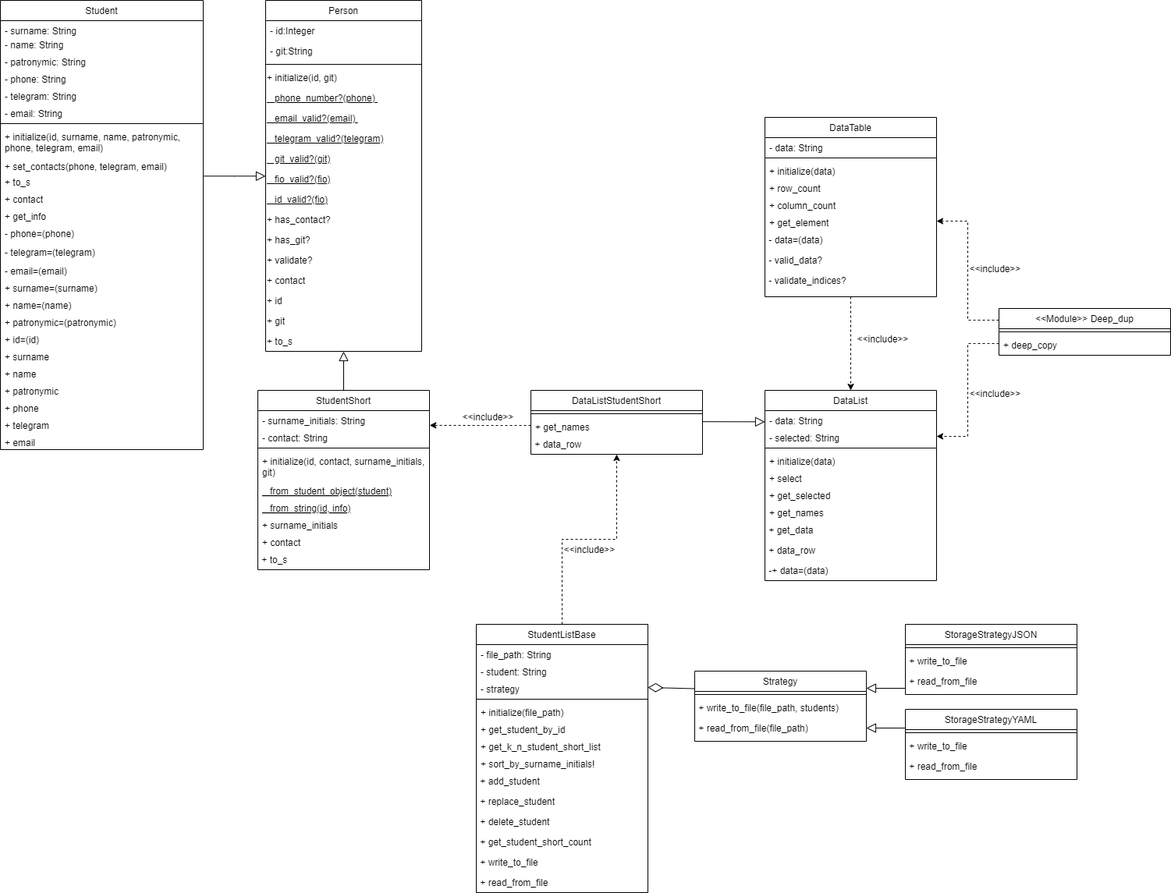
Earlier version of the draw.io export student/resources/diagram/class_diagram.drawio.png (MoiBeTeroK/design_patterns). Source tidied: cells renumbered, new cells last; positions are measured from the earlier drawing's top-left corner, leaving out a move shared by most shapes.
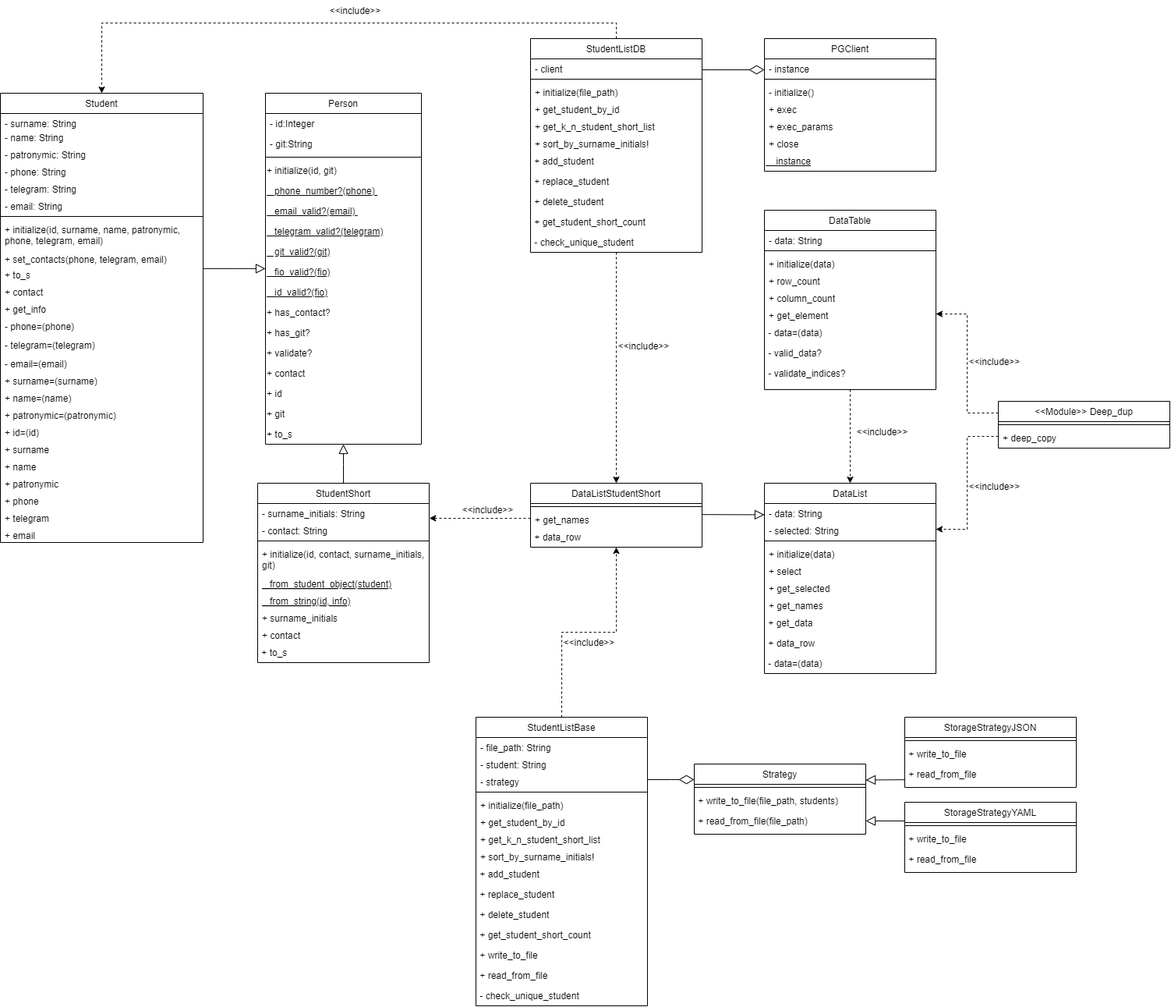
The same diagram one commit later.

Commit message:
feat(lab4 task3.12): change class diagram

Diff of the diagram source:
```diff
@@ -218,7 +218,7 @@
     <mxCell id="73" value=" + data_row" style="text;whiteSpace=wrap;" parent="64" vertex="1">
       <mxGeometry y="192" width="220" height="26" as="geometry" />
     </mxCell>
-    <mxCell id="74" value=" -+ data=(data)" style="text;whiteSpace=wrap;" parent="64" vertex="1">
+    <mxCell id="74" value=" - data=(data)" style="text;whiteSpace=wrap;" parent="64" vertex="1">
       <mxGeometry y="218" width="220" height="26" as="geometry" />
     </mxCell>
     <mxCell id="75" style="endArrow=block;endSize=10;endFill=0;shadow=0;strokeWidth=1;rounded=0;curved=0;edgeStyle=elbowEdgeStyle;elbow=vertical;" parent="1" edge="1">
@@ -285,7 +285,7 @@
       <mxGeometry x="1230" y="490" width="90" height="30" as="geometry" />
     </mxCell>
     <mxCell id="95" value="StudentListBase" style="swimlane;fontStyle=0;align=center;verticalAlign=top;horizontal=1;startSize=26;rounded=0;shadow=0;strokeWidth=1;" parent="1" vertex="1">
-      <mxGeometry x="610" y="800" width="220" height="344" as="geometry" />
+      <mxGeometry x="610" y="800" width="220" height="370" as="geometry" />
     </mxCell>
     <mxCell id="96" value="- file_path: String" style="text;align=left;verticalAlign=top;spacingLeft=4;spacingRight=4;overflow=hidden;" parent="95" vertex="1">
       <mxGeometry y="26" width="220" height="22" as="geometry" />
@@ -329,6 +329,9 @@
     <mxCell id="109" value=" + read_from_file" style="text;whiteSpace=wrap;" parent="95" vertex="1">
       <mxGeometry y="318" width="220" height="26" as="geometry" />
     </mxCell>
+    <mxCell id="127" value=" - check_unique_student" style="text;whiteSpace=wrap;" parent="95" vertex="1">
+      <mxGeometry y="344" width="220" height="26" as="geometry" />
+    </mxCell>
     <mxCell id="110" value="StorageStrategyJSON" style="swimlane;fontStyle=0;align=center;verticalAlign=top;horizontal=1;startSize=26;rounded=0;shadow=0;strokeWidth=1;" parent="1" vertex="1">
       <mxGeometry x="1160" y="800" width="220" height="90" as="geometry" />
     </mxCell>
@@ -384,12 +387,94 @@
     <mxCell id="125" value=" + read_from_file(file_path)" style="text;whiteSpace=wrap;" parent="122" vertex="1">
       <mxGeometry y="60" width="220" height="26" as="geometry" />
     </mxCell>
-    <mxCell id="126" style="endArrow=diamondThin;endSize=17;endFill=0;shadow=0;strokeWidth=1;rounded=0;curved=0;edgeStyle=elbowEdgeStyle;elbow=vertical;entryX=1;entryY=0.5;entryDx=0;entryDy=0;exitX=0;exitY=0.25;exitDx=0;exitDy=0;startSize=6;targetPerimeterSpacing=0;sourcePerimeterSpacing=0;jumpSize=6;" parent="1" edge="1" source="122" target="98">
+    <mxCell id="126" style="endArrow=diamondThin;endSize=17;endFill=0;shadow=0;strokeWidth=1;rounded=0;curved=0;edgeStyle=elbowEdgeStyle;elbow=vertical;startSize=6;targetPerimeterSpacing=0;sourcePerimeterSpacing=0;jumpSize=6;" parent="1" edge="1">
       <mxGeometry relative="1" as="geometry">
+        <mxPoint x="830" y="880" as="sourcePoint" />
+        <mxPoint x="890" y="880" as="targetPoint" />
         <Array as="points">
-          <mxPoint x="860" y="881" />
+          <mxPoint x="860" y="880" />
         </Array>
       </mxGeometry>
     </mxCell>
+    <mxCell id="128" value="PGClient" style="swimlane;fontStyle=0;align=center;verticalAlign=top;horizontal=1;startSize=26;rounded=0;shadow=0;strokeWidth=1;" parent="1" vertex="1">
+      <mxGeometry x="980" y="-70" width="220" height="170" as="geometry" />
+    </mxCell>
+    <mxCell id="129" value="- instance" style="text;align=left;verticalAlign=top;spacingLeft=4;spacingRight=4;overflow=hidden;" parent="128" vertex="1">
+      <mxGeometry y="26" width="220" height="22" as="geometry" />
+    </mxCell>
+    <mxCell id="130" style="line;html=1;strokeWidth=1;align=left;verticalAlign=middle;spacingTop=-1;spacingLeft=3;spacingRight=3;labelPosition=right;" parent="128" vertex="1">
+      <mxGeometry y="48" width="220" height="8" as="geometry" />
+    </mxCell>
+    <mxCell id="131" value="- initialize()  " style="text;align=left;verticalAlign=top;spacingLeft=4;spacingRight=4;overflow=hidden;" parent="128" vertex="1">
+      <mxGeometry y="56" width="220" height="22" as="geometry" />
+    </mxCell>
+    <mxCell id="132" value="+ exec" style="text;align=left;verticalAlign=top;spacingLeft=4;spacingRight=4;overflow=hidden;fontStyle=0;" parent="128" vertex="1">
+      <mxGeometry y="78" width="220" height="22" as="geometry" />
+    </mxCell>
+    <mxCell id="133" value="+ exec_params" style="text;align=left;verticalAlign=top;spacingLeft=4;spacingRight=4;overflow=hidden;" parent="128" vertex="1">
+      <mxGeometry y="100" width="220" height="22" as="geometry" />
+    </mxCell>
+    <mxCell id="134" value="+ close" style="text;align=left;verticalAlign=top;spacingLeft=4;spacingRight=4;overflow=hidden;" parent="128" vertex="1">
+      <mxGeometry y="122" width="220" height="22" as="geometry" />
+    </mxCell>
+    <mxCell id="135" value="    instance" style="text;whiteSpace=wrap;fontStyle=4;" parent="128" vertex="1">
+      <mxGeometry y="144" width="220" height="26" as="geometry" />
+    </mxCell>
+    <mxCell id="136" value="StudentListDB" style="swimlane;fontStyle=0;align=center;verticalAlign=top;horizontal=1;startSize=26;rounded=0;shadow=0;strokeWidth=1;" parent="1" vertex="1">
+      <mxGeometry x="680" y="-70" width="220" height="274" as="geometry" />
+    </mxCell>
+    <mxCell id="137" value="- client" style="text;align=left;verticalAlign=top;spacingLeft=4;spacingRight=4;overflow=hidden;points=[[0,0.5],[1,0.5]];portConstraint=eastwest;" parent="136" vertex="1">
+      <mxGeometry y="26" width="220" height="22" as="geometry" />
+    </mxCell>
+    <mxCell id="138" style="line;html=1;strokeWidth=1;align=left;verticalAlign=middle;spacingTop=-1;spacingLeft=3;spacingRight=3;labelPosition=right;" parent="136" vertex="1">
+      <mxGeometry y="48" width="220" height="8" as="geometry" />
+    </mxCell>
+    <mxCell id="139" value="+ initialize(file_path)  " style="text;align=left;verticalAlign=top;spacingLeft=4;spacingRight=4;overflow=hidden;" parent="136" vertex="1">
+      <mxGeometry y="56" width="220" height="22" as="geometry" />
+    </mxCell>
+    <mxCell id="140" value="+ get_student_by_id" style="text;align=left;verticalAlign=top;spacingLeft=4;spacingRight=4;overflow=hidden;fontStyle=0;" parent="136" vertex="1">
+      <mxGeometry y="78" width="220" height="22" as="geometry" />
+    </mxCell>
+    <mxCell id="141" value="+ get_k_n_student_short_list" style="text;align=left;verticalAlign=top;spacingLeft=4;spacingRight=4;overflow=hidden;" parent="136" vertex="1">
+      <mxGeometry y="100" width="220" height="22" as="geometry" />
+    </mxCell>
+    <mxCell id="142" value="+ sort_by_surname_initials!" style="text;align=left;verticalAlign=top;spacingLeft=4;spacingRight=4;overflow=hidden;" parent="136" vertex="1">
+      <mxGeometry y="122" width="220" height="22" as="geometry" />
+    </mxCell>
+    <mxCell id="143" value=" + add_student" style="text;whiteSpace=wrap;" parent="136" vertex="1">
+      <mxGeometry y="144" width="220" height="26" as="geometry" />
+    </mxCell>
+    <mxCell id="144" value=" + replace_student" style="text;whiteSpace=wrap;" parent="136" vertex="1">
+      <mxGeometry y="170" width="220" height="26" as="geometry" />
+    </mxCell>
+    <mxCell id="145" value=" + delete_student" style="text;whiteSpace=wrap;" parent="136" vertex="1">
+      <mxGeometry y="196" width="220" height="26" as="geometry" />
+    </mxCell>
+    <mxCell id="146" value=" + get_student_short_count" style="text;whiteSpace=wrap;" parent="136" vertex="1">
+      <mxGeometry y="222" width="220" height="26" as="geometry" />
+    </mxCell>
+    <mxCell id="147" value=" - check_unique_student" style="text;whiteSpace=wrap;" parent="136" vertex="1">
+      <mxGeometry y="248" width="220" height="26" as="geometry" />
+    </mxCell>
+    <mxCell id="148" style="endArrow=diamondThin;endSize=17;endFill=0;shadow=0;strokeWidth=1;rounded=0;curved=0;edgeStyle=elbowEdgeStyle;elbow=vertical;startSize=6;targetPerimeterSpacing=0;sourcePerimeterSpacing=0;jumpSize=6;exitX=1;exitY=0.5;exitDx=0;exitDy=0;" parent="1" edge="1" source="137">
+      <mxGeometry relative="1" as="geometry">
+        <mxPoint x="980" y="-30" as="targetPoint" />
+        <Array as="points">
+          <mxPoint x="950" y="-30" />
+        </Array>
+      </mxGeometry>
+    </mxCell>
+    <mxCell id="149" style="edgeStyle=orthogonalEdgeStyle;rounded=0;jettySize=auto;html=1;entryX=0.5;entryY=0;entryDx=0;entryDy=0;dashed=1;exitX=0.5;exitY=1;exitDx=0;exitDy=0;" parent="1" edge="1" source="147" target="58">
+      <mxGeometry relative="1" as="geometry" />
+    </mxCell>
+    <mxCell id="150" value="&amp;lt;&amp;lt;include&amp;gt;&amp;gt;" style="text;html=1;align=center;verticalAlign=middle;strokeColor=none;fillColor=none;" parent="1" vertex="1">
+      <mxGeometry x="780" y="310" width="90" height="30" as="geometry" />
+    </mxCell>
+    <mxCell id="151" style="edgeStyle=orthogonalEdgeStyle;rounded=0;jettySize=auto;html=1;exitX=0.5;exitY=0;exitDx=0;exitDy=0;dashed=1;entryX=0.5;entryY=0;entryDx=0;entryDy=0;" parent="1" edge="1" source="136" target="20">
+      <mxGeometry relative="1" as="geometry" />
+    </mxCell>
+    <mxCell id="152" value="&amp;lt;&amp;lt;include&amp;gt;&amp;gt;" style="text;html=1;align=center;verticalAlign=middle;strokeColor=none;fillColor=none;" parent="1" vertex="1">
+      <mxGeometry x="410" y="-120" width="90" height="30" as="geometry" />
+    </mxCell>
   </root>
 </mxGraphModel>
```
